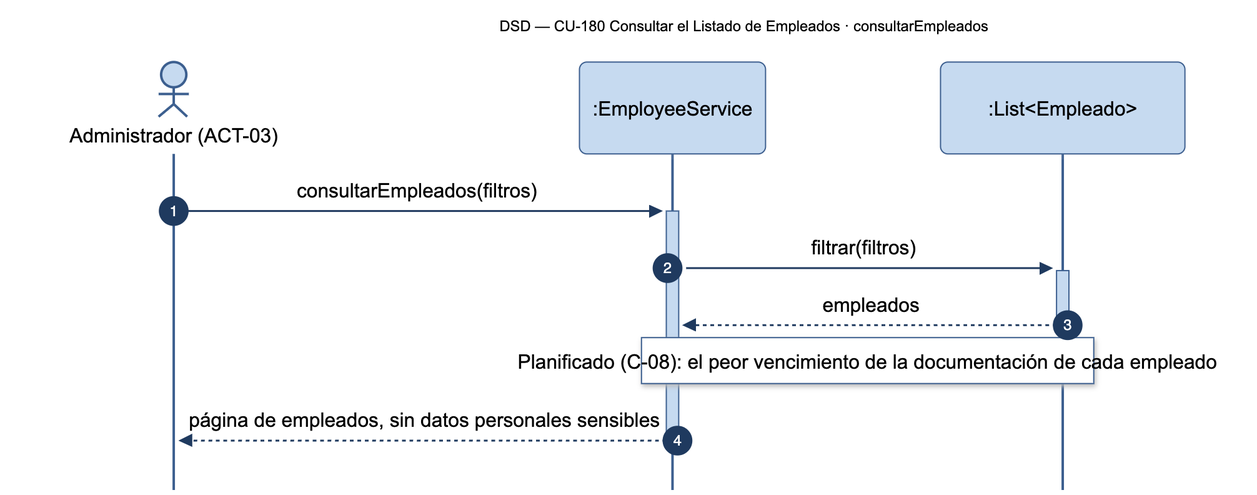
Earlier version of the Mermaid export diagramas/png/DSD_CU-180_consultarEmpleados.png (Nahuelito-Dev/splg-docs). Its source is kept beside it as diagramas/DSD_CU-180_consultarEmpleados.mmd.
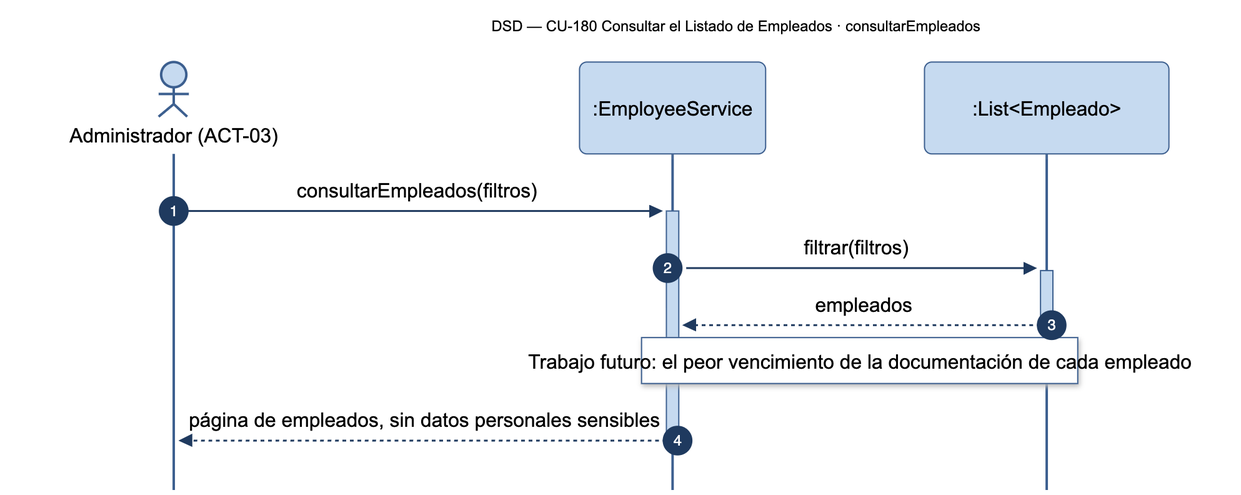
The same file after the commit.

Change to the diagram source:
```diff
@@ -8,5 +8,5 @@
     ADM->>+SRV: consultarEmpleados(filtros)
     SRV->>+LST: filtrar(filtros)
     LST-->>-SRV: empleados
-    Note over SRV,LST: Planificado (C-08): el peor vencimiento de la documentación de cada empleado
+    Note over SRV,LST: Trabajo futuro: el peor vencimiento de la documentación de cada empleado
     SRV-->>-ADM: página de empleados, sin datos personales sensibles
```
